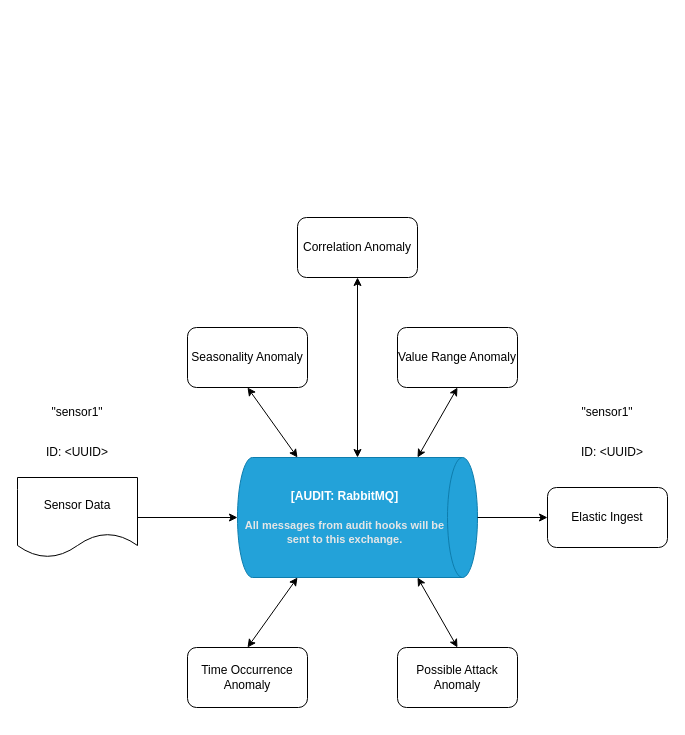
This is rabbit_connections.drawio from gullskatten/BPMN-models, a draw.io file, before an edit. Source tidied: cells renumbered, new cells numbered last; positions are measured from the earlier drawing's top-left corner, leaving out a move shared by most shapes. Both pictures are drawn from the tidied source at 100%, with x=0, y=0 at pixel (17, 217).
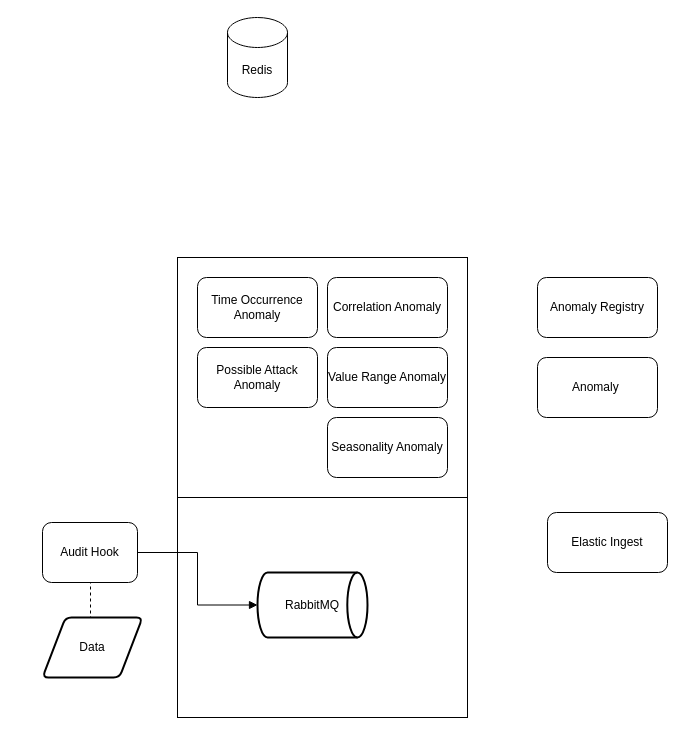
After the change.

Diff of the diagram source:
```diff
@@
+    <mxCell id="21" style="rounded=0;whiteSpace=wrap;html=1;" parent="1" vertex="1">
+      <mxGeometry x="160" y="280" width="290" height="220" as="geometry" />
+    </mxCell>
+    <mxCell id="22" style="rounded=0;whiteSpace=wrap;html=1;" parent="1" vertex="1">
+      <mxGeometry x="160" y="40" width="290" height="240" as="geometry" />
+    </mxCell>
     <mxCell id="2" value="Seasonality Anomaly" style="rounded=1;whiteSpace=wrap;html=1;" parent="1" vertex="1">
-      <mxGeometry x="170" y="110" width="120" height="60" as="geometry" />
+      <mxGeometry x="310" y="200" width="120" height="60" as="geometry" />
     </mxCell>
     <mxCell id="3" value="Time Occurrence&lt;br&gt;Anomaly" style="rounded=1;whiteSpace=wrap;html=1;" parent="1" vertex="1">
-      <mxGeometry x="170" y="430" width="120" height="60" as="geometry" />
+      <mxGeometry x="180" y="60" width="120" height="60" as="geometry" />
     </mxCell>
     <mxCell id="4" value="Possible Attack Anomaly" style="rounded=1;whiteSpace=wrap;html=1;" parent="1" vertex="1">
-      <mxGeometry x="380" y="430" width="120" height="60" as="geometry" />
+      <mxGeometry x="180" y="130" width="120" height="60" as="geometry" />
     </mxCell>
     <mxCell id="5" value="Value Range Anomaly" style="rounded=1;whiteSpace=wrap;html=1;" parent="1" vertex="1">
-      <mxGeometry x="380" y="110" width="120" height="60" as="geometry" />
+      <mxGeometry x="310" y="130" width="120" height="60" as="geometry" />
     </mxCell>
-    <object id="6" label="&lt;font style=&quot;font-size: 16px&quot;&gt;&lt;b&gt;%c4Type%&lt;/font&gt;&lt;div&gt;[%c4Container%:&amp;nbsp;%c4Technology%]&lt;/div&gt;&lt;br&gt;&lt;div&gt;&lt;font style=&quot;font-size: 11px&quot;&gt;&lt;font color=&quot;#E6E6E6&quot;&gt;%c4Description%&lt;/font&gt;&lt;/div&gt;" c4Container="AUDIT" c4Description="All messages from audit hooks will be sent to this exchange." c4Technology="RabbitMQ" c4Type="" placeholders="1">
-      <mxCell style="shape=cylinder3;size=15;direction=south;whiteSpace=wrap;html=1;boundedLbl=1;rounded=0;labelBackgroundColor=none;fillColor=#23A2D9;fontSize=12;fontColor=#ffffff;align=center;strokeColor=#0E7DAD;points=[[0.5,0,0],[1,0.25,0],[1,0.5,0],[1,0.75,0],[0.5,1,0],[0,0.75,0],[0,0.5,0],[0,0.25,0]];" parent="1" vertex="1">
-        <mxGeometry x="220" y="240" width="240" height="120" as="geometry" />
-      </mxCell>
-    </object>
-    <mxCell id="7" style="endArrow=classic;startArrow=classic;html=1;rounded=0;entryX=0.5;entryY=1;entryDx=0;entryDy=0;exitX=0;exitY=0.75;exitDx=0;exitDy=0;exitPerimeter=0;" parent="1" edge="1" source="6" target="2">
-      <mxGeometry relative="1" as="geometry" />
-    </mxCell>
-    <mxCell id="8" style="endArrow=classic;startArrow=classic;html=1;rounded=0;entryX=1;entryY=0.75;entryDx=0;entryDy=0;entryPerimeter=0;exitX=0.5;exitY=0;exitDx=0;exitDy=0;" parent="1" edge="1" source="3" target="6">
-      <mxGeometry relative="1" as="geometry" />
-    </mxCell>
-    <mxCell id="9" style="endArrow=classic;startArrow=classic;html=1;rounded=0;entryX=1;entryY=0.25;entryDx=0;entryDy=0;entryPerimeter=0;exitX=0.5;exitY=0;exitDx=0;exitDy=0;" parent="1" edge="1" source="4" target="6">
-      <mxGeometry relative="1" as="geometry" />
-    </mxCell>
-    <mxCell id="10" style="endArrow=classic;startArrow=classic;html=1;rounded=0;entryX=0.5;entryY=1;entryDx=0;entryDy=0;exitX=0;exitY=0.25;exitDx=0;exitDy=0;exitPerimeter=0;" parent="1" edge="1" source="6" target="5">
-      <mxGeometry relative="1" as="geometry" />
-    </mxCell>
     <mxCell id="11" value="Elastic Ingest" style="rounded=1;whiteSpace=wrap;html=1;" parent="1" vertex="1">
-      <mxGeometry x="530" y="270" width="120" height="60" as="geometry" />
+      <mxGeometry x="530" y="295" width="120" height="60" as="geometry" />
     </mxCell>
-    <mxCell id="12" style="endArrow=classic;html=1;rounded=0;entryX=0.5;entryY=1;entryDx=0;entryDy=0;entryPerimeter=0;" parent="1" edge="1" target="6">
-      <mxGeometry relative="1" as="geometry">
-        <mxPoint x="120" y="300" as="sourcePoint" />
-      </mxGeometry>
-    </mxCell>
-    <mxCell id="13" value="Sensor Data" style="shape=document;whiteSpace=wrap;html=1;boundedLbl=1;" parent="1" vertex="1">
-      <mxGeometry y="260" width="120" height="80" as="geometry" />
-    </mxCell>
-    <mxCell id="14" style="endArrow=classic;html=1;rounded=0;exitX=0.5;exitY=0;exitDx=0;exitDy=0;exitPerimeter=0;entryX=0;entryY=0.5;entryDx=0;entryDy=0;" parent="1" edge="1" source="6" target="11">
-      <mxGeometry relative="1" as="geometry" />
-    </mxCell>
-    <mxCell id="15" value="ID: &amp;lt;UUID&amp;gt;" style="text;html=1;strokeColor=none;fillColor=none;align=center;verticalAlign=middle;whiteSpace=wrap;rounded=0;" parent="1" vertex="1">
-      <mxGeometry x="25" y="220" width="70" height="30" as="geometry" />
-    </mxCell>
-    <mxCell id="16" value="ID: &amp;lt;UUID&amp;gt;" style="text;html=1;strokeColor=none;fillColor=none;align=center;verticalAlign=middle;whiteSpace=wrap;rounded=0;" parent="1" vertex="1">
-      <mxGeometry x="560" y="220" width="70" height="30" as="geometry" />
-    </mxCell>
-    <mxCell id="17" value="&quot;sensor1&quot;" style="text;html=1;strokeColor=none;fillColor=none;align=center;verticalAlign=middle;whiteSpace=wrap;rounded=0;" parent="1" vertex="1">
-      <mxGeometry x="25" y="180" width="70" height="30" as="geometry" />
-    </mxCell>
     <mxCell id="18" value="Correlation Anomaly" style="rounded=1;whiteSpace=wrap;html=1;" parent="1" vertex="1">
-      <mxGeometry x="280" width="120" height="60" as="geometry" />
+      <mxGeometry x="310" y="60" width="120" height="60" as="geometry" />
     </mxCell>
-    <mxCell id="19" style="endArrow=classic;startArrow=classic;html=1;rounded=0;entryX=0.5;entryY=1;entryDx=0;entryDy=0;exitX=0;exitY=0.5;exitDx=0;exitDy=0;exitPerimeter=0;" parent="1" edge="1" source="6" target="18">
-      <mxGeometry relative="1" as="geometry" />
-    </mxCell>
-    <mxCell id="20" value="&quot;sensor1&quot;" style="text;html=1;strokeColor=none;fillColor=none;align=center;verticalAlign=middle;whiteSpace=wrap;rounded=0;" parent="1" vertex="1">
-      <mxGeometry x="555" y="180" width="70" height="30" as="geometry" />
-    </mxCell>
+    <mxCell id="23" value="Anomaly Registry" style="rounded=1;whiteSpace=wrap;html=1;" parent="1" vertex="1">
+      <mxGeometry x="520" y="60" width="120" height="60" as="geometry" />
+    </mxCell>
+    <mxCell id="24" value="Redis" style="shape=cylinder3;whiteSpace=wrap;html=1;boundedLbl=1;backgroundOutline=1;size=15;" parent="1" vertex="1">
+      <mxGeometry x="210" y="-200" width="60" height="80" as="geometry" />
+    </mxCell>
+    <mxCell id="25" style="edgeStyle=orthogonalEdgeStyle;rounded=0;jettySize=auto;html=1;entryX=0;entryY=0.5;entryDx=0;entryDy=0;entryPerimeter=0;endArrow=block;endFill=1;" parent="1" edge="1" source="26" target="27">
+      <mxGeometry relative="1" as="geometry" />
+    </mxCell>
+    <mxCell id="26" value="Audit Hook" style="rounded=1;whiteSpace=wrap;html=1;" parent="1" vertex="1">
+      <mxGeometry x="25" y="305" width="95" height="60" as="geometry" />
+    </mxCell>
+    <mxCell id="27" value="RabbitMQ" style="strokeWidth=2;html=1;shape=mxgraph.flowchart.direct_data;whiteSpace=wrap;" parent="1" vertex="1">
+      <mxGeometry x="240" y="355" width="110" height="65" as="geometry" />
+    </mxCell>
+    <mxCell id="28" style="edgeStyle=orthogonalEdgeStyle;rounded=0;jettySize=auto;html=1;dashed=1;endArrow=none;endFill=0;exitX=0.5;exitY=0;exitDx=0;exitDy=0;" parent="1" edge="1" source="29" target="26">
+      <mxGeometry relative="1" as="geometry">
+        <Array as="points">
+          <mxPoint x="73" y="400" />
+        </Array>
+      </mxGeometry>
+    </mxCell>
+    <mxCell id="29" value="Data" style="shape=parallelogram;html=1;strokeWidth=2;perimeter=parallelogramPerimeter;whiteSpace=wrap;rounded=1;arcSize=12;size=0.23;" parent="1" vertex="1">
+      <mxGeometry x="25" y="400" width="100" height="60" as="geometry" />
+    </mxCell>
+    <mxCell id="30" value="Anomaly&amp;nbsp;" style="rounded=1;whiteSpace=wrap;html=1;" parent="1" vertex="1">
+      <mxGeometry x="520" y="140" width="120" height="60" as="geometry" />
+    </mxCell>
```
